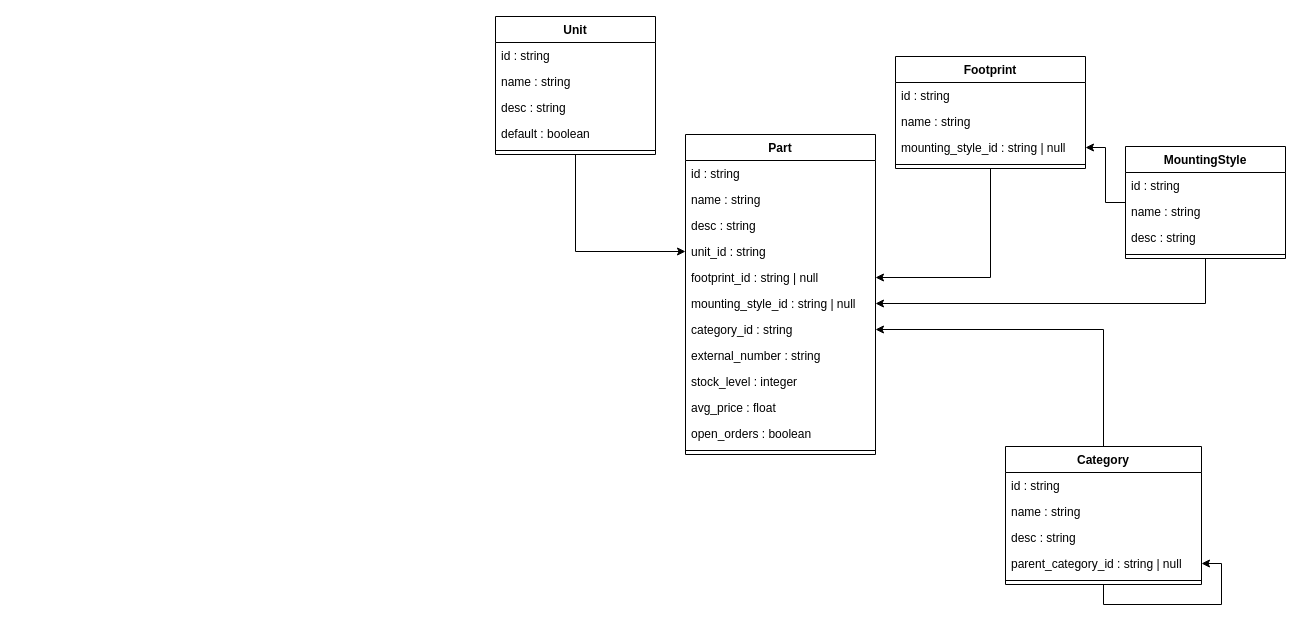
Earlier version of the draw.io diagram docs/elements-api.drawio (nils-ost/Inventory4Parts). Source tidied: cells renumbered, new cells numbered last; positions are measured from the earlier drawing's top-left corner, leaving out a move shared by most shapes. Both pictures are drawn from the tidied source at 100%, with x=0, y=0 at pixel (495, 16).
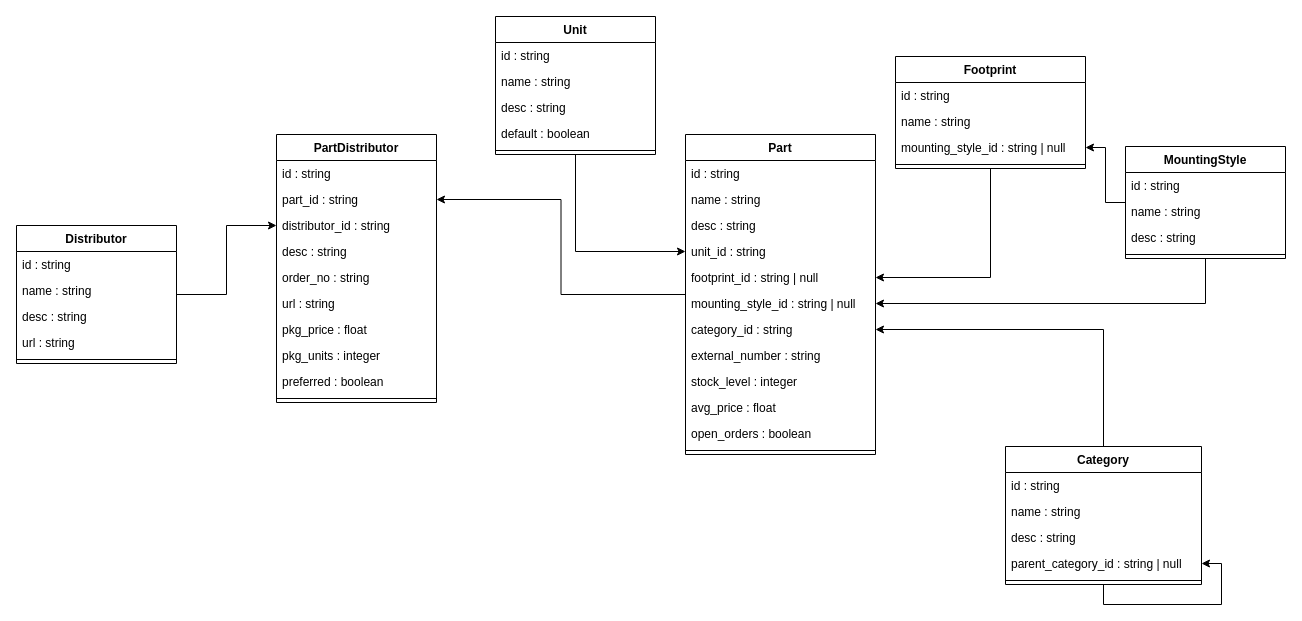
Above is the later version.

Unchanged cells that the change refers to:
```xml
<mxCell id="30" value="Part" style="swimlane;fontStyle=1;align=center;verticalAlign=top;horizontal=1;startSize=26;" parent="1" vertex="1">
  <mxGeometry x="190" y="118" width="190" height="320" as="geometry" />
</mxCell>
```

Diff of the diagram source:
```diff
@@
+    <mxCell id="43" style="edgeStyle=orthogonalEdgeStyle;rounded=0;jettySize=auto;html=1;" parent="1" edge="1" source="30" target="53">
+      <mxGeometry relative="1" as="geometry" />
+    </mxCell>
@@
+    <mxCell id="44" style="edgeStyle=orthogonalEdgeStyle;rounded=0;jettySize=auto;html=1;" parent="1" edge="1" source="45" target="54">
+      <mxGeometry relative="1" as="geometry" />
+    </mxCell>
+    <mxCell id="45" value="Distributor" style="swimlane;fontStyle=1;align=center;verticalAlign=top;horizontal=1;startSize=26;" parent="1" vertex="1">
+      <mxGeometry x="-479" y="209" width="160" height="138" as="geometry" />
+    </mxCell>
+    <mxCell id="46" value="id : string" style="text;strokeColor=none;fillColor=none;align=left;verticalAlign=top;spacingLeft=4;spacingRight=4;overflow=hidden;" parent="45" vertex="1">
+      <mxGeometry y="26" width="160" height="26" as="geometry" />
+    </mxCell>
+    <mxCell id="47" value="name : string" style="text;strokeColor=none;fillColor=none;align=left;verticalAlign=top;spacingLeft=4;spacingRight=4;overflow=hidden;" parent="45" vertex="1">
+      <mxGeometry y="52" width="160" height="26" as="geometry" />
+    </mxCell>
+    <mxCell id="48" value="desc : string" style="text;strokeColor=none;fillColor=none;align=left;verticalAlign=top;spacingLeft=4;spacingRight=4;overflow=hidden;" parent="45" vertex="1">
+      <mxGeometry y="78" width="160" height="26" as="geometry" />
+    </mxCell>
+    <mxCell id="49" value="url : string" style="text;strokeColor=none;fillColor=none;align=left;verticalAlign=top;spacingLeft=4;spacingRight=4;overflow=hidden;" parent="45" vertex="1">
+      <mxGeometry y="104" width="160" height="26" as="geometry" />
+    </mxCell>
+    <mxCell id="50" style="line;strokeWidth=1;fillColor=none;align=left;verticalAlign=middle;spacingTop=-1;spacingLeft=3;spacingRight=3;labelPosition=right;" parent="45" vertex="1">
+      <mxGeometry y="130" width="160" height="8" as="geometry" />
+    </mxCell>
+    <mxCell id="51" value="PartDistributor" style="swimlane;fontStyle=1;align=center;verticalAlign=top;horizontal=1;startSize=26;" parent="1" vertex="1">
+      <mxGeometry x="-219" y="118" width="160" height="268" as="geometry" />
+    </mxCell>
+    <mxCell id="52" value="id : string" style="text;strokeColor=none;fillColor=none;align=left;verticalAlign=top;spacingLeft=4;spacingRight=4;overflow=hidden;" parent="51" vertex="1">
+      <mxGeometry y="26" width="160" height="26" as="geometry" />
+    </mxCell>
+    <mxCell id="53" value="part_id : string" style="text;strokeColor=none;fillColor=none;align=left;verticalAlign=top;spacingLeft=4;spacingRight=4;overflow=hidden;points=[[0,0.5],[1,0.5]];portConstraint=eastwest;" parent="51" vertex="1">
+      <mxGeometry y="52" width="160" height="26" as="geometry" />
+    </mxCell>
+    <mxCell id="54" value="distributor_id : string" style="text;strokeColor=none;fillColor=none;align=left;verticalAlign=top;spacingLeft=4;spacingRight=4;overflow=hidden;points=[[0,0.5],[1,0.5]];portConstraint=eastwest;" parent="51" vertex="1">
+      <mxGeometry y="78" width="160" height="26" as="geometry" />
+    </mxCell>
+    <mxCell id="55" value="desc : string" style="text;strokeColor=none;fillColor=none;align=left;verticalAlign=top;spacingLeft=4;spacingRight=4;overflow=hidden;" parent="51" vertex="1">
+      <mxGeometry y="104" width="160" height="26" as="geometry" />
+    </mxCell>
+    <mxCell id="56" value="order_no : string" style="text;strokeColor=none;fillColor=none;align=left;verticalAlign=top;spacingLeft=4;spacingRight=4;overflow=hidden;" parent="51" vertex="1">
+      <mxGeometry y="130" width="160" height="26" as="geometry" />
+    </mxCell>
+    <mxCell id="57" value="url : string" style="text;strokeColor=none;fillColor=none;align=left;verticalAlign=top;spacingLeft=4;spacingRight=4;overflow=hidden;" parent="51" vertex="1">
+      <mxGeometry y="156" width="160" height="26" as="geometry" />
+    </mxCell>
+    <mxCell id="58" value="pkg_price : float" style="text;strokeColor=none;fillColor=none;align=left;verticalAlign=top;spacingLeft=4;spacingRight=4;overflow=hidden;" parent="51" vertex="1">
+      <mxGeometry y="182" width="160" height="26" as="geometry" />
+    </mxCell>
+    <mxCell id="59" value="pkg_units : integer" style="text;strokeColor=none;fillColor=none;align=left;verticalAlign=top;spacingLeft=4;spacingRight=4;overflow=hidden;" parent="51" vertex="1">
+      <mxGeometry y="208" width="160" height="26" as="geometry" />
+    </mxCell>
+    <mxCell id="60" value="preferred : boolean" style="text;strokeColor=none;fillColor=none;align=left;verticalAlign=top;spacingLeft=4;spacingRight=4;overflow=hidden;" parent="51" vertex="1">
+      <mxGeometry y="234" width="160" height="26" as="geometry" />
+    </mxCell>
+    <mxCell id="61" style="line;strokeWidth=1;fillColor=none;align=left;verticalAlign=middle;spacingTop=-1;spacingLeft=3;spacingRight=3;labelPosition=right;" parent="51" vertex="1">
+      <mxGeometry y="260" width="160" height="8" as="geometry" />
+    </mxCell>
```
